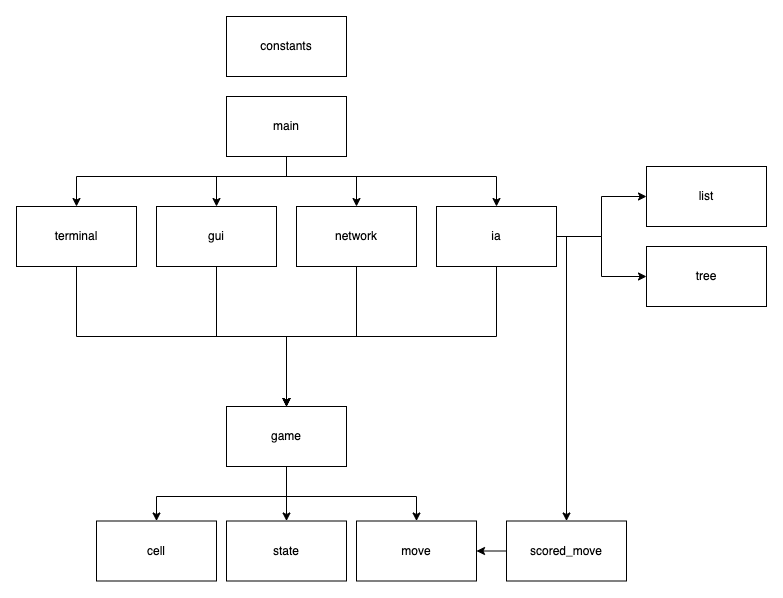
Above: structure.png in nathanfallet/abalone (draw.io), before the change. Source tidied: cells renumbered, new cells last; positions are measured from the earlier drawing's top-left corner, leaving out a move shared by most shapes. Its diagram source:
```xml
<mxGraphModel>
  <root>
    <mxCell id="0" />
    <mxCell id="1" parent="0" />
    <mxCell id="2" style="edgeStyle=orthogonalEdgeStyle;rounded=0;jettySize=auto;html=1;exitX=0.5;exitY=1;exitDx=0;exitDy=0;entryX=0.5;entryY=0;entryDx=0;entryDy=0;" parent="1" edge="1" source="6" target="8">
      <mxGeometry relative="1" as="geometry">
        <Array as="points">
          <mxPoint x="270" y="160" />
          <mxPoint x="60" y="160" />
        </Array>
      </mxGeometry>
    </mxCell>
    <mxCell id="3" style="edgeStyle=orthogonalEdgeStyle;rounded=0;jettySize=auto;html=1;entryX=0.5;entryY=0;entryDx=0;entryDy=0;" parent="1" edge="1" source="6" target="10">
      <mxGeometry relative="1" as="geometry">
        <Array as="points">
          <mxPoint x="270" y="160" />
          <mxPoint x="200" y="160" />
        </Array>
      </mxGeometry>
    </mxCell>
    <mxCell id="4" style="edgeStyle=orthogonalEdgeStyle;rounded=0;jettySize=auto;html=1;entryX=0.5;entryY=0;entryDx=0;entryDy=0;" parent="1" edge="1" source="6" target="12">
      <mxGeometry relative="1" as="geometry">
        <Array as="points">
          <mxPoint x="270" y="160" />
          <mxPoint x="340" y="160" />
        </Array>
      </mxGeometry>
    </mxCell>
    <mxCell id="5" style="edgeStyle=orthogonalEdgeStyle;rounded=0;jettySize=auto;html=1;entryX=0.5;entryY=0;entryDx=0;entryDy=0;" parent="1" edge="1" source="6" target="24">
      <mxGeometry relative="1" as="geometry">
        <Array as="points">
          <mxPoint x="270" y="160" />
          <mxPoint x="480" y="160" />
        </Array>
      </mxGeometry>
    </mxCell>
    <mxCell id="6" value="main" style="rounded=0;whiteSpace=wrap;html=1;" parent="1" vertex="1">
      <mxGeometry x="210" y="80" width="120" height="60" as="geometry" />
    </mxCell>
    <mxCell id="7" style="edgeStyle=orthogonalEdgeStyle;rounded=0;jettySize=auto;html=1;entryX=0.5;entryY=0;entryDx=0;entryDy=0;" parent="1" edge="1" source="8" target="16">
      <mxGeometry relative="1" as="geometry">
        <Array as="points">
          <mxPoint x="60" y="320" />
          <mxPoint x="270" y="320" />
        </Array>
      </mxGeometry>
    </mxCell>
    <mxCell id="8" value="terminal" style="rounded=0;whiteSpace=wrap;html=1;" parent="1" vertex="1">
      <mxGeometry y="190" width="120" height="60" as="geometry" />
    </mxCell>
    <mxCell id="9" style="edgeStyle=orthogonalEdgeStyle;rounded=0;jettySize=auto;html=1;entryX=0.5;entryY=0;entryDx=0;entryDy=0;" parent="1" edge="1" source="10" target="16">
      <mxGeometry relative="1" as="geometry" />
    </mxCell>
    <mxCell id="10" value="gui" style="rounded=0;whiteSpace=wrap;html=1;" parent="1" vertex="1">
      <mxGeometry x="140" y="190" width="120" height="60" as="geometry" />
    </mxCell>
    <mxCell id="11" style="edgeStyle=orthogonalEdgeStyle;rounded=0;jettySize=auto;html=1;" parent="1" edge="1" source="12">
      <mxGeometry relative="1" as="geometry">
        <mxPoint x="270" y="390" as="targetPoint" />
        <Array as="points">
          <mxPoint x="340" y="320" />
          <mxPoint x="270" y="320" />
        </Array>
      </mxGeometry>
    </mxCell>
    <mxCell id="12" value="network" style="rounded=0;whiteSpace=wrap;html=1;" parent="1" vertex="1">
      <mxGeometry x="280" y="190" width="120" height="60" as="geometry" />
    </mxCell>
    <mxCell id="13" style="edgeStyle=orthogonalEdgeStyle;rounded=0;jettySize=auto;html=1;entryX=0.5;entryY=0;entryDx=0;entryDy=0;" parent="1" edge="1" source="16" target="18">
      <mxGeometry relative="1" as="geometry" />
    </mxCell>
    <mxCell id="14" style="edgeStyle=orthogonalEdgeStyle;rounded=0;jettySize=auto;html=1;entryX=0.5;entryY=0;entryDx=0;entryDy=0;" parent="1" edge="1" source="16" target="17">
      <mxGeometry relative="1" as="geometry">
        <Array as="points">
          <mxPoint x="270" y="480" />
          <mxPoint x="140" y="480" />
        </Array>
      </mxGeometry>
    </mxCell>
    <mxCell id="15" style="edgeStyle=orthogonalEdgeStyle;rounded=0;jettySize=auto;html=1;entryX=0.5;entryY=0;entryDx=0;entryDy=0;" parent="1" edge="1" source="16" target="19">
      <mxGeometry relative="1" as="geometry">
        <Array as="points">
          <mxPoint x="270" y="480" />
          <mxPoint x="400" y="480" />
        </Array>
      </mxGeometry>
    </mxCell>
    <mxCell id="16" value="game" style="rounded=0;whiteSpace=wrap;html=1;" parent="1" vertex="1">
      <mxGeometry x="210" y="390" width="120" height="60" as="geometry" />
    </mxCell>
    <mxCell id="17" value="cell" style="rounded=0;whiteSpace=wrap;html=1;" parent="1" vertex="1">
      <mxGeometry x="80" y="504.5" width="120" height="60" as="geometry" />
    </mxCell>
    <mxCell id="18" value="state" style="rounded=0;whiteSpace=wrap;html=1;" parent="1" vertex="1">
      <mxGeometry x="210" y="504.5" width="120" height="60" as="geometry" />
    </mxCell>
    <mxCell id="19" value="move" style="rounded=0;whiteSpace=wrap;html=1;" parent="1" vertex="1">
      <mxGeometry x="340" y="504.5" width="120" height="60" as="geometry" />
    </mxCell>
    <mxCell id="20" style="edgeStyle=orthogonalEdgeStyle;rounded=0;jettySize=auto;html=1;entryX=0.5;entryY=0;entryDx=0;entryDy=0;" parent="1" edge="1" source="24" target="16">
      <mxGeometry relative="1" as="geometry">
        <Array as="points">
          <mxPoint x="480" y="320" />
          <mxPoint x="270" y="320" />
        </Array>
      </mxGeometry>
    </mxCell>
    <mxCell id="21" style="edgeStyle=orthogonalEdgeStyle;rounded=0;jettySize=auto;html=1;entryX=0.5;entryY=0;entryDx=0;entryDy=0;" parent="1" edge="1" source="24" target="26">
      <mxGeometry relative="1" as="geometry">
        <Array as="points">
          <mxPoint x="550" y="220" />
        </Array>
      </mxGeometry>
    </mxCell>
    <mxCell id="22" style="edgeStyle=orthogonalEdgeStyle;rounded=0;jettySize=auto;html=1;entryX=0;entryY=0.5;entryDx=0;entryDy=0;" parent="1" edge="1" source="24" target="27">
      <mxGeometry relative="1" as="geometry" />
    </mxCell>
    <mxCell id="23" style="edgeStyle=orthogonalEdgeStyle;rounded=0;jettySize=auto;html=1;entryX=0;entryY=0.5;entryDx=0;entryDy=0;" parent="1" edge="1" source="24" target="28">
      <mxGeometry relative="1" as="geometry" />
    </mxCell>
    <mxCell id="24" value="ia" style="rounded=0;whiteSpace=wrap;html=1;" parent="1" vertex="1">
      <mxGeometry x="420" y="190" width="120" height="60" as="geometry" />
    </mxCell>
    <mxCell id="25" style="edgeStyle=orthogonalEdgeStyle;rounded=0;jettySize=auto;html=1;exitX=0;exitY=0.5;exitDx=0;exitDy=0;entryX=1;entryY=0.5;entryDx=0;entryDy=0;" parent="1" edge="1" source="26" target="19">
      <mxGeometry relative="1" as="geometry" />
    </mxCell>
    <mxCell id="26" value="scored_move" style="rounded=0;whiteSpace=wrap;html=1;" parent="1" vertex="1">
      <mxGeometry x="490" y="504.5" width="120" height="60" as="geometry" />
    </mxCell>
    <mxCell id="27" value="list" style="rounded=0;whiteSpace=wrap;html=1;" parent="1" vertex="1">
      <mxGeometry x="630" y="150" width="120" height="60" as="geometry" />
    </mxCell>
    <mxCell id="28" value="tree" style="rounded=0;whiteSpace=wrap;html=1;" parent="1" vertex="1">
      <mxGeometry x="630" y="230" width="120" height="60" as="geometry" />
    </mxCell>
    <mxCell id="29" value="constants" style="rounded=0;whiteSpace=wrap;html=1;" parent="1" vertex="1">
      <mxGeometry x="210" width="120" height="60" as="geometry" />
    </mxCell>
  </root>
</mxGraphModel>
```
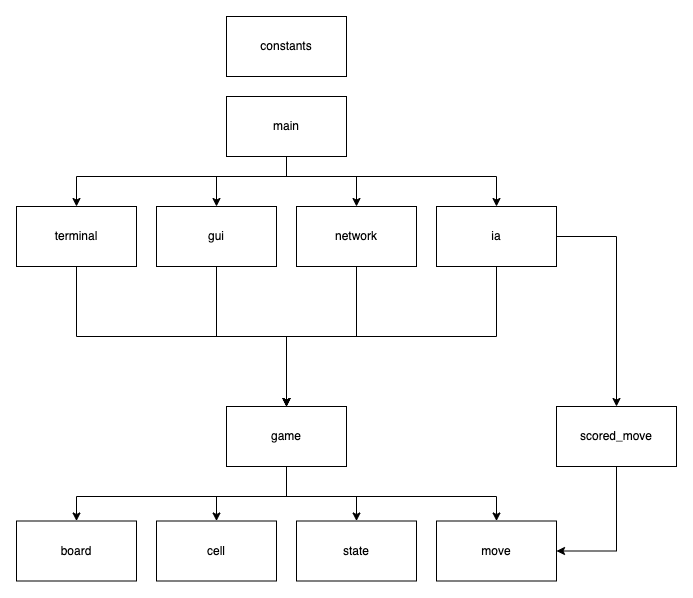
The same file after the commit.

Change to the diagram source:
```diff
@@ -66,22 +66,35 @@
     <mxCell id="12" value="network" style="rounded=0;whiteSpace=wrap;html=1;" parent="1" vertex="1">
       <mxGeometry x="280" y="190" width="120" height="60" as="geometry" />
     </mxCell>
+    <mxCell id="30" style="edgeStyle=orthogonalEdgeStyle;rounded=0;jettySize=auto;html=1;" parent="1" edge="1" source="16" target="31">
+      <mxGeometry relative="1" as="geometry">
+        <Array as="points">
+          <mxPoint x="270" y="480" />
+          <mxPoint x="60" y="480" />
+        </Array>
+      </mxGeometry>
+    </mxCell>
+    <mxCell id="14" style="edgeStyle=orthogonalEdgeStyle;rounded=0;jettySize=auto;html=1;" parent="1" edge="1" source="16" target="17">
+      <mxGeometry relative="1" as="geometry">
+        <Array as="points">
+          <mxPoint x="270" y="480" />
+          <mxPoint x="200" y="480" />
+        </Array>
+      </mxGeometry>
+    </mxCell>
     <mxCell id="13" style="edgeStyle=orthogonalEdgeStyle;rounded=0;jettySize=auto;html=1;entryX=0.5;entryY=0;entryDx=0;entryDy=0;" parent="1" edge="1" source="16" target="18">
-      <mxGeometry relative="1" as="geometry" />
+      <mxGeometry relative="1" as="geometry">
+        <Array as="points">
+          <mxPoint x="270" y="480" />
+          <mxPoint x="340" y="480" />
+        </Array>
+      </mxGeometry>
     </mxCell>
-    <mxCell id="14" style="edgeStyle=orthogonalEdgeStyle;rounded=0;jettySize=auto;html=1;entryX=0.5;entryY=0;entryDx=0;entryDy=0;" parent="1" edge="1" source="16" target="17">
-      <mxGeometry relative="1" as="geometry">
-        <Array as="points">
-          <mxPoint x="270" y="480" />
-          <mxPoint x="140" y="480" />
-        </Array>
-      </mxGeometry>
-    </mxCell>
-    <mxCell id="15" style="edgeStyle=orthogonalEdgeStyle;rounded=0;jettySize=auto;html=1;entryX=0.5;entryY=0;entryDx=0;entryDy=0;" parent="1" edge="1" source="16" target="19">
+    <mxCell id="15" style="edgeStyle=orthogonalEdgeStyle;rounded=0;jettySize=auto;html=1;" parent="1" edge="1" source="16" target="19">
       <mxGeometry relative="1" as="geometry">
         <Array as="points">
           <mxPoint x="270" y="480" />
-          <mxPoint x="400" y="480" />
+          <mxPoint x="480" y="480" />
         </Array>
       </mxGeometry>
     </mxCell>
@@ -89,13 +102,13 @@
       <mxGeometry x="210" y="390" width="120" height="60" as="geometry" />
     </mxCell>
     <mxCell id="17" value="cell" style="rounded=0;whiteSpace=wrap;html=1;" parent="1" vertex="1">
-      <mxGeometry x="80" y="504.5" width="120" height="60" as="geometry" />
+      <mxGeometry x="140" y="504.5" width="120" height="60" as="geometry" />
     </mxCell>
     <mxCell id="18" value="state" style="rounded=0;whiteSpace=wrap;html=1;" parent="1" vertex="1">
-      <mxGeometry x="210" y="504.5" width="120" height="60" as="geometry" />
+      <mxGeometry x="280" y="504.5" width="120" height="60" as="geometry" />
     </mxCell>
     <mxCell id="19" value="move" style="rounded=0;whiteSpace=wrap;html=1;" parent="1" vertex="1">
-      <mxGeometry x="340" y="504.5" width="120" height="60" as="geometry" />
+      <mxGeometry x="420" y="504.5" width="120" height="60" as="geometry" />
     </mxCell>
     <mxCell id="20" style="edgeStyle=orthogonalEdgeStyle;rounded=0;jettySize=auto;html=1;entryX=0.5;entryY=0;entryDx=0;entryDy=0;" parent="1" edge="1" source="24" target="16">
       <mxGeometry relative="1" as="geometry">
@@ -105,36 +118,27 @@
         </Array>
       </mxGeometry>
     </mxCell>
-    <mxCell id="21" style="edgeStyle=orthogonalEdgeStyle;rounded=0;jettySize=auto;html=1;entryX=0.5;entryY=0;entryDx=0;entryDy=0;" parent="1" edge="1" source="24" target="26">
+    <mxCell id="21" style="edgeStyle=orthogonalEdgeStyle;rounded=0;jettySize=auto;html=1;" parent="1" edge="1" source="24" target="26">
       <mxGeometry relative="1" as="geometry">
         <Array as="points">
-          <mxPoint x="550" y="220" />
+          <mxPoint x="600" y="220" />
         </Array>
       </mxGeometry>
     </mxCell>
-    <mxCell id="22" style="edgeStyle=orthogonalEdgeStyle;rounded=0;jettySize=auto;html=1;entryX=0;entryY=0.5;entryDx=0;entryDy=0;" parent="1" edge="1" source="24" target="27">
-      <mxGeometry relative="1" as="geometry" />
-    </mxCell>
-    <mxCell id="23" style="edgeStyle=orthogonalEdgeStyle;rounded=0;jettySize=auto;html=1;entryX=0;entryY=0.5;entryDx=0;entryDy=0;" parent="1" edge="1" source="24" target="28">
-      <mxGeometry relative="1" as="geometry" />
-    </mxCell>
     <mxCell id="24" value="ia" style="rounded=0;whiteSpace=wrap;html=1;" parent="1" vertex="1">
       <mxGeometry x="420" y="190" width="120" height="60" as="geometry" />
     </mxCell>
-    <mxCell id="25" style="edgeStyle=orthogonalEdgeStyle;rounded=0;jettySize=auto;html=1;exitX=0;exitY=0.5;exitDx=0;exitDy=0;entryX=1;entryY=0.5;entryDx=0;entryDy=0;" parent="1" edge="1" source="26" target="19">
+    <mxCell id="25" style="edgeStyle=orthogonalEdgeStyle;rounded=0;jettySize=auto;html=1;entryX=1;entryY=0.5;entryDx=0;entryDy=0;" parent="1" edge="1" source="26" target="19">
       <mxGeometry relative="1" as="geometry" />
     </mxCell>
     <mxCell id="26" value="scored_move" style="rounded=0;whiteSpace=wrap;html=1;" parent="1" vertex="1">
-      <mxGeometry x="490" y="504.5" width="120" height="60" as="geometry" />
+      <mxGeometry x="540" y="390" width="120" height="60" as="geometry" />
     </mxCell>
-    <mxCell id="27" value="list" style="rounded=0;whiteSpace=wrap;html=1;" parent="1" vertex="1">
-      <mxGeometry x="630" y="150" width="120" height="60" as="geometry" />
-    </mxCell>
-    <mxCell id="28" value="tree" style="rounded=0;whiteSpace=wrap;html=1;" parent="1" vertex="1">
-      <mxGeometry x="630" y="230" width="120" height="60" as="geometry" />
-    </mxCell>
     <mxCell id="29" value="constants" style="rounded=0;whiteSpace=wrap;html=1;" parent="1" vertex="1">
       <mxGeometry x="210" width="120" height="60" as="geometry" />
     </mxCell>
+    <mxCell id="31" value="board" style="rounded=0;whiteSpace=wrap;html=1;" parent="1" vertex="1">
+      <mxGeometry y="504.5" width="120" height="60" as="geometry" />
+    </mxCell>
   </root>
 </mxGraphModel>
```
